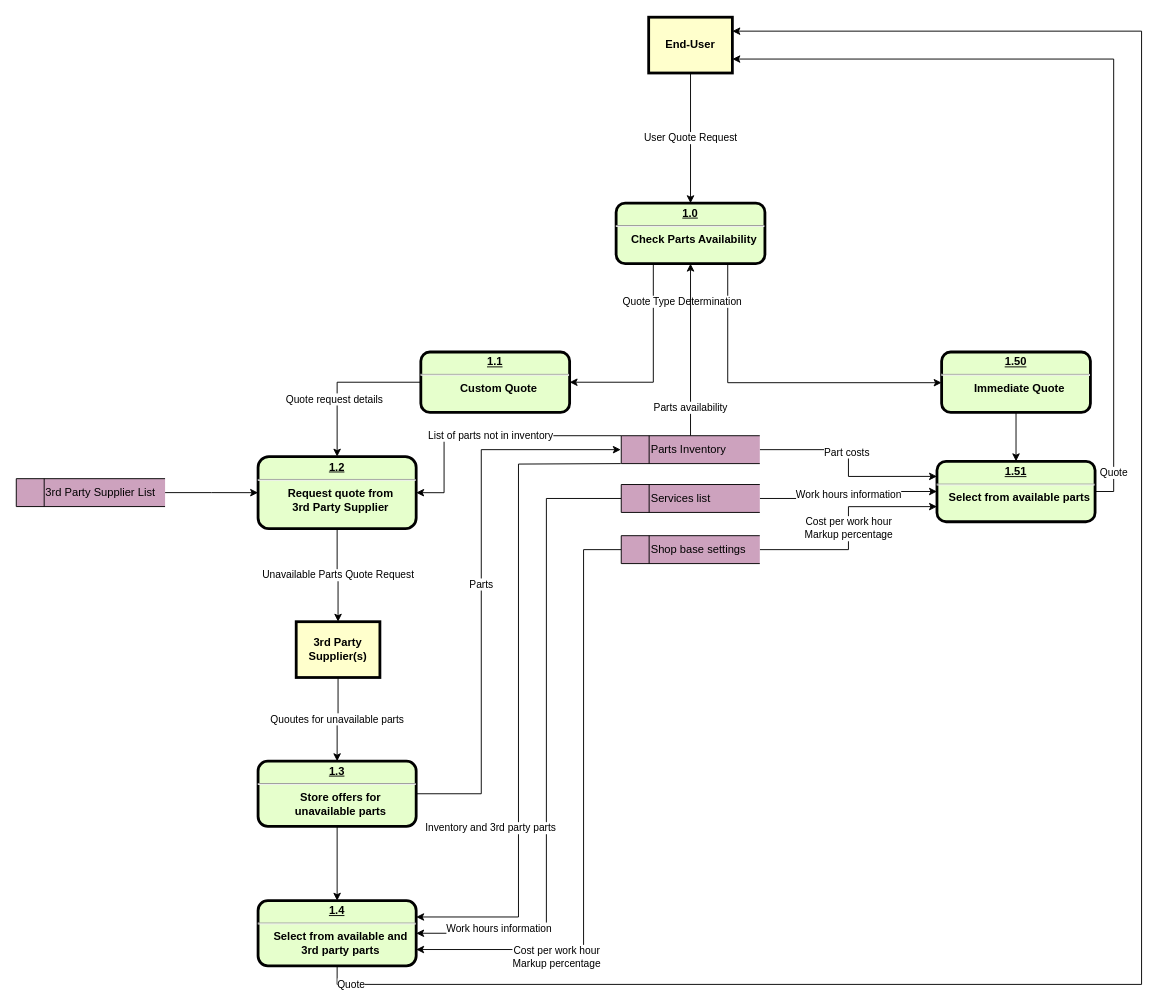
Before: Data_Flow_Diagrams/QuoteDFD.drawio in Awrmani/AutoQuotes, a draw.io diagram. Source tidied: cells renumbered, new cells numbered last; positions are measured from the earlier drawing's top-left corner, leaving out a move shared by most shapes. Both pictures are drawn from the tidied source at 93%, with x=0, y=0 at pixel (16, 17).
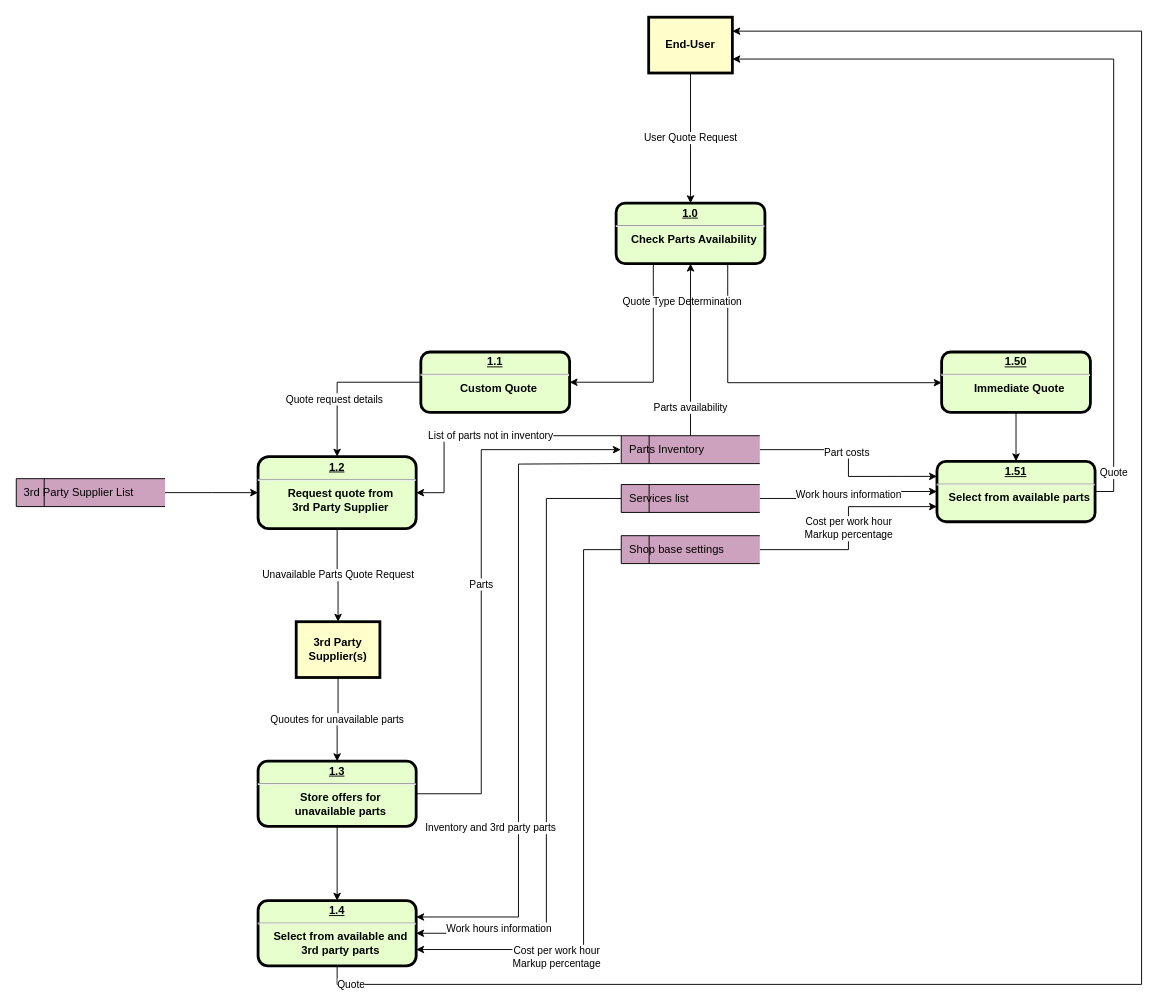
After the change.

What changed in the source:
```diff
@@
-    <mxCell id="19" value="&lt;span style=&quot;white-space: pre;&quot;&gt;&#9;&lt;/span&gt;Parts Inventory" style="html=1;dashed=0;whitespace=wrap;shape=mxgraph.dfd.dataStoreID;align=left;spacingLeft=3;points=[[0,0],[0.5,0],[1,0],[0,0.5],[1,0.5],[0,1],[0.5,1],[1,1]];fillColor=#CDA2BE;" parent="1" vertex="1">
+    <mxCell id="19" value="&lt;span style=&quot;white-space: pre;&quot;&gt; &lt;/span&gt;Parts Inventory" style="html=1;dashed=0;whitespace=wrap;shape=mxgraph.dfd.dataStoreID;align=left;spacingLeft=3;points=[[0,0],[0.5,0],[1,0],[0,0.5],[1,0.5],[0,1],[0.5,1],[1,1]];fillColor=#CDA2BE;" parent="1" vertex="1">
       <mxGeometry x="650.5" y="450" width="149" height="30" as="geometry" />
     </mxCell>
@@
-    <mxCell id="22" value="&lt;span style=&quot;white-space: pre;&quot;&gt;&#9;&lt;/span&gt;Services list" style="html=1;dashed=0;whitespace=wrap;shape=mxgraph.dfd.dataStoreID;align=left;spacingLeft=3;points=[[0,0],[0.5,0],[1,0],[0,0.5],[1,0.5],[0,1],[0.5,1],[1,1]];fillColor=#CDA2BE;" parent="1" vertex="1">
+    <mxCell id="22" value="&lt;span style=&quot;white-space: pre;&quot;&gt; &lt;/span&gt;Services list" style="html=1;dashed=0;whitespace=wrap;shape=mxgraph.dfd.dataStoreID;align=left;spacingLeft=3;points=[[0,0],[0.5,0],[1,0],[0,0.5],[1,0.5],[0,1],[0.5,1],[1,1]];fillColor=#CDA2BE;" parent="1" vertex="1">
       <mxGeometry x="650.5" y="502.5" width="149" height="30" as="geometry" />
     </mxCell>
@@
-    <mxCell id="26" value="&lt;span style=&quot;white-space: pre;&quot;&gt;&#9;&lt;/span&gt;3rd Party Supplier List" style="html=1;dashed=0;whitespace=wrap;shape=mxgraph.dfd.dataStoreID;align=left;spacingLeft=3;points=[[0,0],[0.5,0],[1,0],[0,0.5],[1,0.5],[0,1],[0.5,1],[1,1]];fillColor=#CDA2BE;" parent="1" vertex="1">
+    <mxCell id="26" value="&lt;span style=&quot;white-space: pre;&quot;&gt; &lt;/span&gt;3rd Party Supplier List" style="html=1;dashed=0;whitespace=wrap;shape=mxgraph.dfd.dataStoreID;align=left;spacingLeft=3;points=[[0,0],[0.5,0],[1,0],[0,0.5],[1,0.5],[0,1],[0.5,1],[1,1]];fillColor=#CDA2BE;" parent="1" vertex="1">
       <mxGeometry y="496.2" width="160" height="30" as="geometry" />
     </mxCell>
@@
-    <mxCell id="34" value="&lt;span style=&quot;white-space: pre;&quot;&gt;&#9;&lt;/span&gt;Shop base settings" style="html=1;dashed=0;whitespace=wrap;shape=mxgraph.dfd.dataStoreID;align=left;spacingLeft=3;points=[[0,0],[0.5,0],[1,0],[0,0.5],[1,0.5],[0,1],[0.5,1],[1,1]];fillColor=#CDA2BE;" parent="1" vertex="1">
+    <mxCell id="34" value="&lt;span style=&quot;white-space: pre;&quot;&gt; &lt;/span&gt;Shop base settings" style="html=1;dashed=0;whitespace=wrap;shape=mxgraph.dfd.dataStoreID;align=left;spacingLeft=3;points=[[0,0],[0.5,0],[1,0],[0,0.5],[1,0.5],[0,1],[0.5,1],[1,1]];fillColor=#CDA2BE;" parent="1" vertex="1">
       <mxGeometry x="650.5" y="557.5" width="149" height="30" as="geometry" />
     </mxCell>
```
